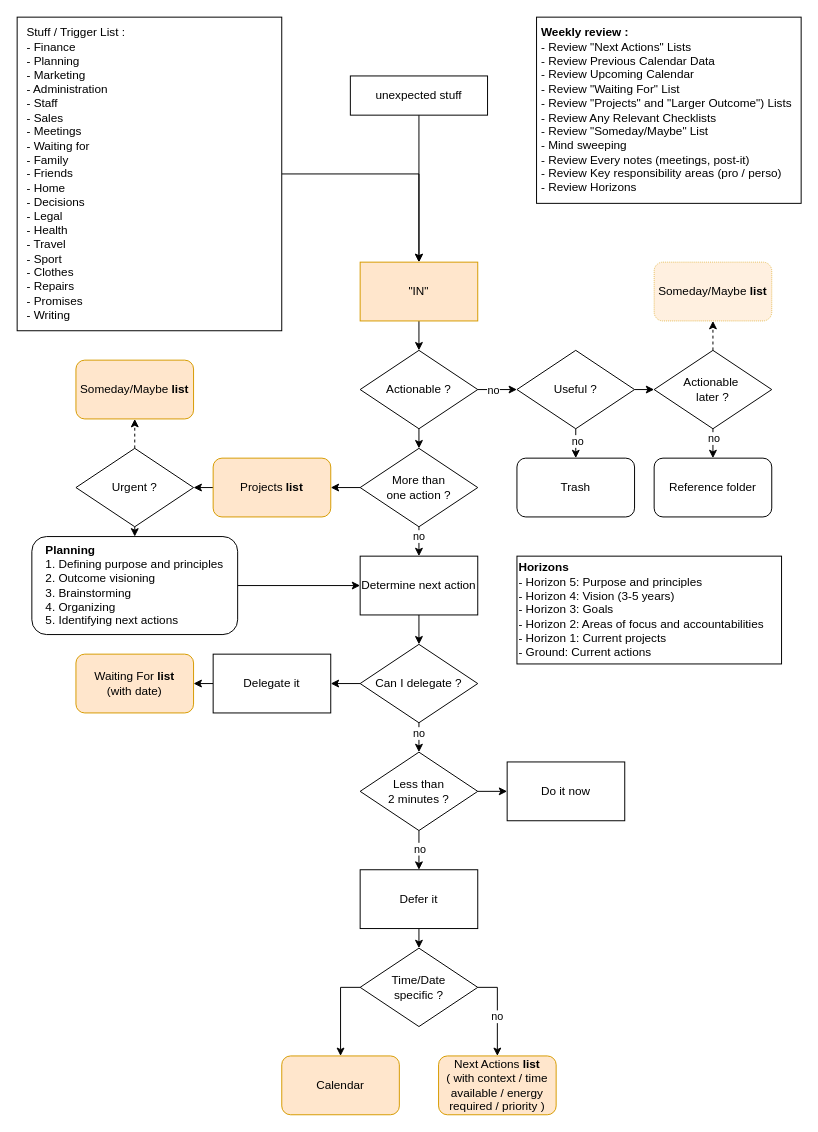
Before: files/GTD_complete.drawio in gmolveau/books, a draw.io diagram. Source tidied: cells renumbered, new cells numbered last; positions are measured from the earlier drawing's top-left corner, leaving out a move shared by most shapes. Both pictures are drawn from the tidied source at 98%, with x=0, y=0 at pixel (17, 17).
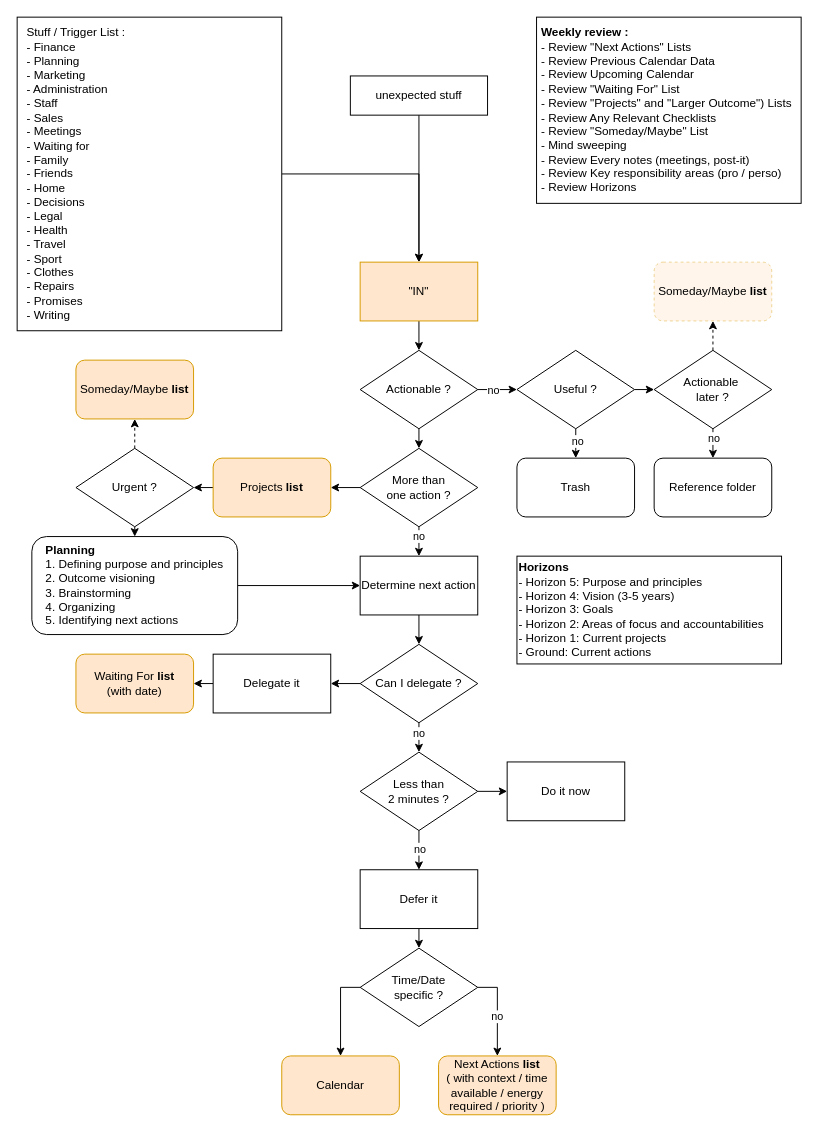
The same diagram, later.

What changed in the source:
```diff
@@
-    <mxCell id="47" value="Someday/Maybe &lt;b&gt;list&lt;/b&gt;" style="rounded=1;whiteSpace=wrap;html=1;dashed=1;dashPattern=1 1;fillColor=#ffe6cc;strokeColor=#d79b00;opacity=60;" parent="1" vertex="1">
+    <mxCell id="47" value="Someday/Maybe &lt;b&gt;list&lt;/b&gt;" style="rounded=1;whiteSpace=wrap;html=1;dashed=1;fillColor=#ffe6cc;strokeColor=#d79b00;opacity=40;fillStyle=auto;gradientColor=none;" parent="1" vertex="1">
       <mxGeometry x="650" y="250" width="120" height="60" as="geometry" />
     </mxCell>
```
